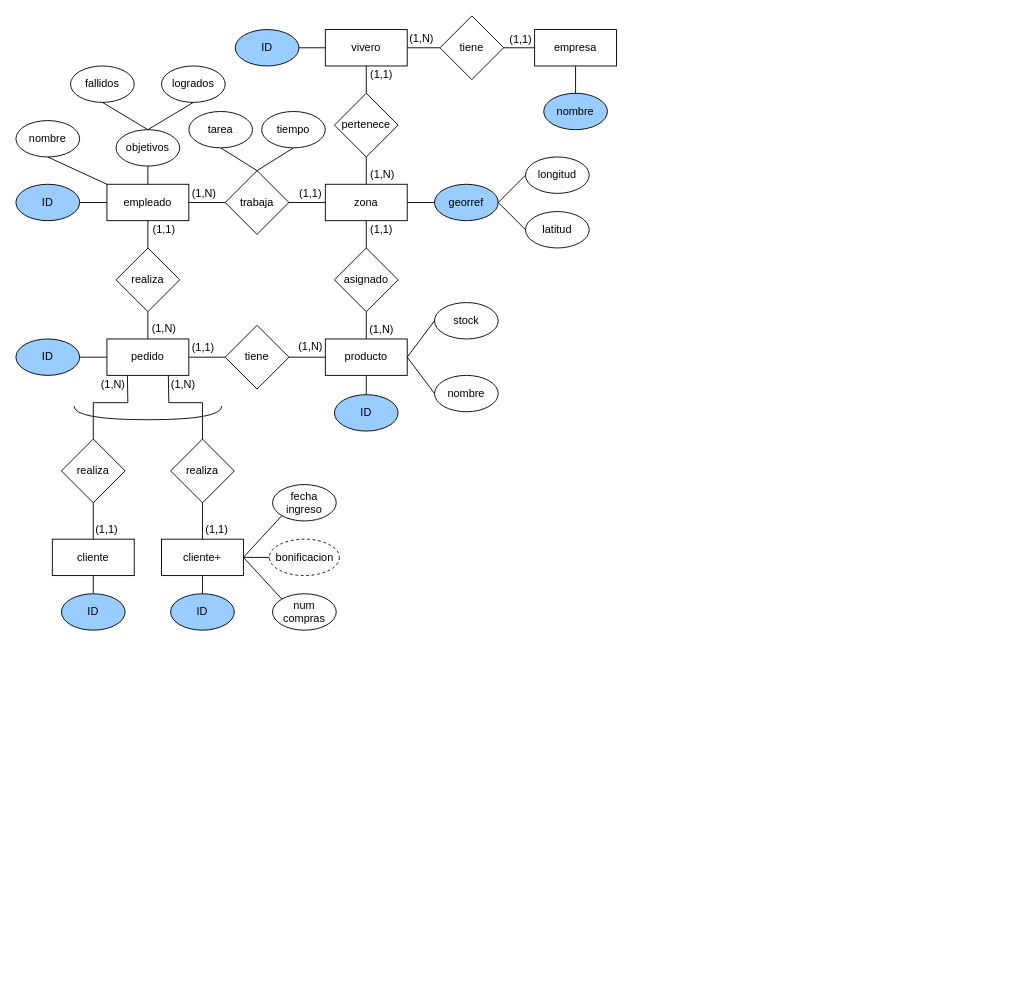
Before: viveros/ModeloE_R Viveros.drawio in Robertpm01/ADBD, a draw.io diagram. Source tidied: cells renumbered, new cells numbered last; positions are measured from the earlier drawing's top-left corner, leaving out a move shared by most shapes. Both pictures are drawn from the tidied source at 91%, with x=0, y=0 at pixel (15, 15).
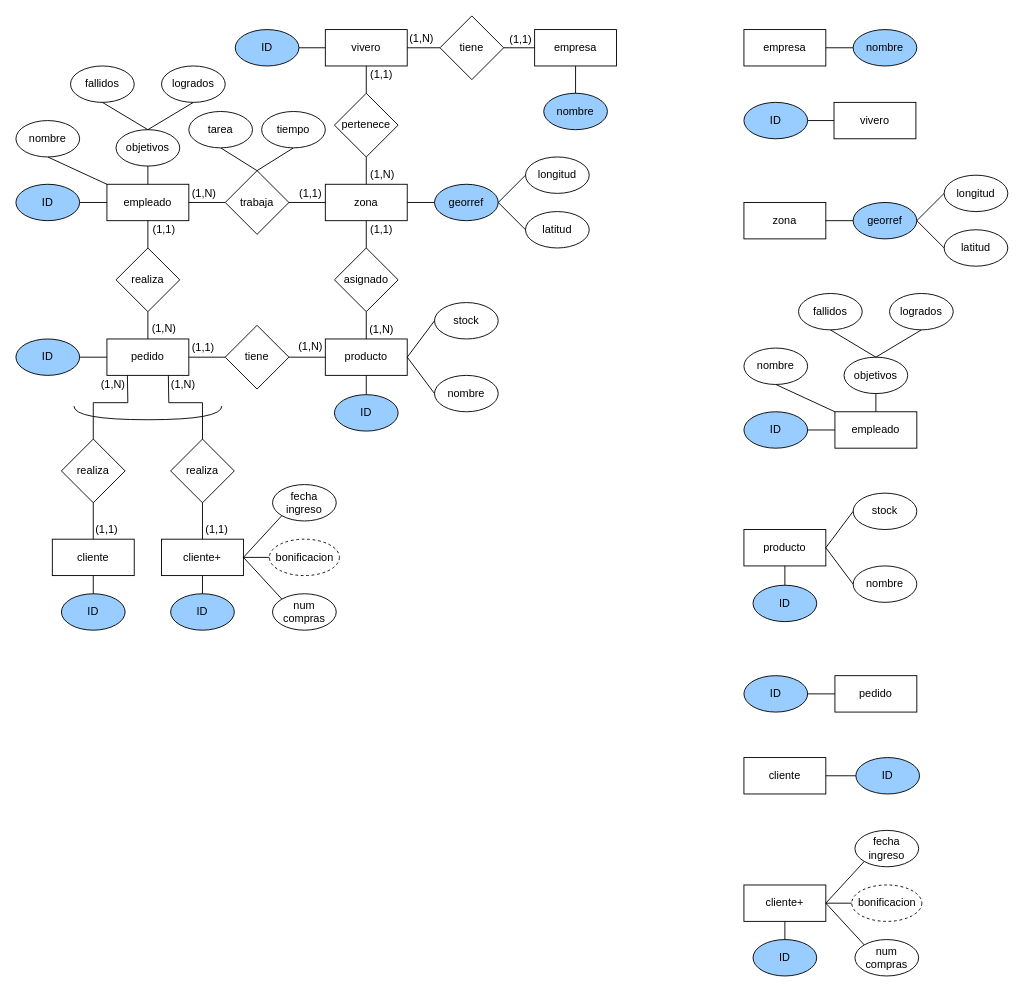
After the change.

The edit, as a diff of the source:
```diff
@@
+    <mxCell id="93" value="empresa" style="rounded=0;whiteSpace=wrap;html=1;" parent="1" vertex="1">
+      <mxGeometry x="800" y="15" width="90" height="40" as="geometry" />
+    </mxCell>
+    <mxCell id="94" value="nombre" style="ellipse;whiteSpace=wrap;html=1;fillColor=#99CCFF;" parent="1" vertex="1">
+      <mxGeometry x="920" y="15" width="70" height="40" as="geometry" />
+    </mxCell>
+    <mxCell id="95" style="endArrow=none;html=1;rounded=0;exitX=1;exitY=0.5;exitDx=0;exitDy=0;entryX=0;entryY=0.5;entryDx=0;entryDy=0;" parent="1" edge="1" source="93" target="94">
+      <mxGeometry relative="1" as="geometry" />
+    </mxCell>
+    <mxCell id="96" value="vivero" style="rounded=0;whiteSpace=wrap;html=1;" parent="1" vertex="1">
+      <mxGeometry x="899" y="95" width="90" height="40" as="geometry" />
+    </mxCell>
+    <mxCell id="97" value="ID" style="ellipse;whiteSpace=wrap;html=1;fillColor=#99CCFF;" parent="1" vertex="1">
+      <mxGeometry x="800" y="95" width="70" height="40" as="geometry" />
+    </mxCell>
+    <mxCell id="98" style="endArrow=none;html=1;rounded=0;entryX=1;entryY=0.5;entryDx=0;entryDy=0;exitX=0;exitY=0.5;exitDx=0;exitDy=0;" parent="1" edge="1" source="96" target="97">
+      <mxGeometry relative="1" as="geometry" />
+    </mxCell>
+    <mxCell id="99" value="zona" style="rounded=0;whiteSpace=wrap;html=1;" parent="1" vertex="1">
+      <mxGeometry x="800" y="205" width="90" height="40" as="geometry" />
+    </mxCell>
+    <mxCell id="100" value="georref" style="ellipse;whiteSpace=wrap;html=1;fillColor=#99CCFF;" parent="1" vertex="1">
+      <mxGeometry x="920" y="205" width="70" height="40" as="geometry" />
+    </mxCell>
+    <mxCell id="101" value="latitud" style="ellipse;whiteSpace=wrap;html=1;" parent="1" vertex="1">
+      <mxGeometry x="1020" y="235" width="70" height="40" as="geometry" />
+    </mxCell>
+    <mxCell id="102" value="longitud" style="ellipse;whiteSpace=wrap;html=1;" parent="1" vertex="1">
+      <mxGeometry x="1020" y="175" width="70" height="40" as="geometry" />
+    </mxCell>
+    <mxCell id="103" style="endArrow=none;html=1;rounded=0;entryX=0;entryY=0.5;entryDx=0;entryDy=0;exitX=1;exitY=0.5;exitDx=0;exitDy=0;" parent="1" edge="1" source="100" target="102">
+      <mxGeometry relative="1" as="geometry" />
+    </mxCell>
+    <mxCell id="104" style="endArrow=none;html=1;rounded=0;exitX=0;exitY=0.5;exitDx=0;exitDy=0;entryX=1;entryY=0.5;entryDx=0;entryDy=0;" parent="1" edge="1" source="101" target="100">
+      <mxGeometry relative="1" as="geometry" />
+    </mxCell>
+    <mxCell id="105" style="endArrow=none;html=1;rounded=0;entryX=1;entryY=0.5;entryDx=0;entryDy=0;exitX=0;exitY=0.5;exitDx=0;exitDy=0;" parent="1" edge="1" source="100" target="99">
+      <mxGeometry relative="1" as="geometry" />
+    </mxCell>
+    <mxCell id="106" value="empleado" style="rounded=0;whiteSpace=wrap;html=1;" parent="1" vertex="1">
+      <mxGeometry x="900" y="435" width="90" height="40" as="geometry" />
+    </mxCell>
+    <mxCell id="107" value="objetivos" style="ellipse;whiteSpace=wrap;html=1;" parent="1" vertex="1">
+      <mxGeometry x="910" y="375" width="70" height="40" as="geometry" />
+    </mxCell>
+    <mxCell id="108" style="endArrow=none;html=1;rounded=0;entryX=0.5;entryY=1;entryDx=0;entryDy=0;exitX=0.5;exitY=0;exitDx=0;exitDy=0;" parent="1" edge="1" source="106" target="107">
+      <mxGeometry relative="1" as="geometry" />
+    </mxCell>
+    <mxCell id="109" value="logrados" style="ellipse;whiteSpace=wrap;html=1;" parent="1" vertex="1">
+      <mxGeometry x="960" y="305" width="70" height="40" as="geometry" />
+    </mxCell>
+    <mxCell id="110" value="fallidos" style="ellipse;whiteSpace=wrap;html=1;" parent="1" vertex="1">
+      <mxGeometry x="860" y="305" width="70" height="40" as="geometry" />
+    </mxCell>
+    <mxCell id="111" style="endArrow=none;html=1;rounded=0;entryX=0.5;entryY=1;entryDx=0;entryDy=0;exitX=0.5;exitY=0;exitDx=0;exitDy=0;" parent="1" edge="1" source="107" target="110">
+      <mxGeometry relative="1" as="geometry" />
+    </mxCell>
+    <mxCell id="112" style="endArrow=none;html=1;rounded=0;exitX=0;exitY=0.5;exitDx=0;exitDy=0;entryX=1;entryY=0.5;entryDx=0;entryDy=0;" parent="1" edge="1" source="106" target="113">
+      <mxGeometry relative="1" as="geometry" />
+    </mxCell>
+    <mxCell id="113" value="ID" style="ellipse;whiteSpace=wrap;html=1;fillColor=#99CCFF;" parent="1" vertex="1">
+      <mxGeometry x="800" y="435" width="70" height="40" as="geometry" />
+    </mxCell>
+    <mxCell id="114" style="endArrow=none;html=1;rounded=0;exitX=0;exitY=0;exitDx=0;exitDy=0;entryX=0.5;entryY=1;entryDx=0;entryDy=0;" parent="1" edge="1" source="106" target="115">
+      <mxGeometry relative="1" as="geometry" />
+    </mxCell>
+    <mxCell id="115" value="nombre" style="ellipse;whiteSpace=wrap;html=1;" parent="1" vertex="1">
+      <mxGeometry x="800" y="365" width="70" height="40" as="geometry" />
+    </mxCell>
+    <mxCell id="116" style="endArrow=none;html=1;rounded=0;entryX=0.5;entryY=1;entryDx=0;entryDy=0;exitX=0.5;exitY=0;exitDx=0;exitDy=0;" parent="1" edge="1" source="107" target="109">
+      <mxGeometry relative="1" as="geometry" />
+    </mxCell>
+    <mxCell id="117" value="producto" style="rounded=0;whiteSpace=wrap;html=1;" parent="1" vertex="1">
+      <mxGeometry x="800" y="564.4" width="90" height="40" as="geometry" />
+    </mxCell>
+    <mxCell id="118" value="stock" style="ellipse;whiteSpace=wrap;html=1;" parent="1" vertex="1">
+      <mxGeometry x="920" y="524.4" width="70" height="40" as="geometry" />
+    </mxCell>
+    <mxCell id="119" style="endArrow=none;html=1;rounded=0;exitX=0;exitY=0.5;exitDx=0;exitDy=0;entryX=1;entryY=0.5;entryDx=0;entryDy=0;" parent="1" edge="1" source="118" target="117">
+      <mxGeometry relative="1" as="geometry" />
+    </mxCell>
+    <mxCell id="120" value="ID" style="ellipse;whiteSpace=wrap;html=1;fillColor=#99CCFF;" parent="1" vertex="1">
+      <mxGeometry x="810" y="625.6" width="70" height="40" as="geometry" />
+    </mxCell>
+    <mxCell id="121" style="endArrow=none;html=1;rounded=0;exitX=0.5;exitY=0;exitDx=0;exitDy=0;entryX=0.5;entryY=1;entryDx=0;entryDy=0;" parent="1" edge="1" source="120" target="117">
+      <mxGeometry relative="1" as="geometry" />
+    </mxCell>
+    <mxCell id="122" value="nombre" style="ellipse;whiteSpace=wrap;html=1;" parent="1" vertex="1">
+      <mxGeometry x="920" y="604.4" width="70" height="40" as="geometry" />
+    </mxCell>
+    <mxCell id="123" style="endArrow=none;html=1;rounded=0;exitX=0;exitY=0.5;exitDx=0;exitDy=0;entryX=1;entryY=0.5;entryDx=0;entryDy=0;" parent="1" edge="1" source="122" target="117">
+      <mxGeometry relative="1" as="geometry" />
+    </mxCell>
+    <mxCell id="124" value="pedido" style="rounded=0;whiteSpace=wrap;html=1;" parent="1" vertex="1">
+      <mxGeometry x="900" y="725" width="90" height="40" as="geometry" />
+    </mxCell>
+    <mxCell id="125" value="ID" style="ellipse;whiteSpace=wrap;html=1;fillColor=#99CCFF;" parent="1" vertex="1">
+      <mxGeometry x="800" y="725" width="70" height="40" as="geometry" />
+    </mxCell>
+    <mxCell id="126" style="endArrow=none;html=1;rounded=0;exitX=0;exitY=0.5;exitDx=0;exitDy=0;entryX=1;entryY=0.5;entryDx=0;entryDy=0;" parent="1" edge="1" source="124" target="125">
+      <mxGeometry relative="1" as="geometry" />
+    </mxCell>
+    <mxCell id="127" value="&lt;div&gt;cliente&lt;/div&gt;" style="rounded=0;whiteSpace=wrap;html=1;" parent="1" vertex="1">
+      <mxGeometry x="800" y="815" width="90" height="40" as="geometry" />
+    </mxCell>
+    <mxCell id="128" value="ID" style="ellipse;whiteSpace=wrap;html=1;fillColor=#99CCFF;" parent="1" vertex="1">
+      <mxGeometry x="923" y="815" width="70" height="40" as="geometry" />
+    </mxCell>
+    <mxCell id="129" style="endArrow=none;html=1;rounded=0;exitX=0;exitY=0.5;exitDx=0;exitDy=0;entryX=1;entryY=0.5;entryDx=0;entryDy=0;" parent="1" edge="1" source="128" target="127">
+      <mxGeometry relative="1" as="geometry" />
+    </mxCell>
+    <mxCell id="130" value="cliente+" style="rounded=0;whiteSpace=wrap;html=1;" parent="1" vertex="1">
+      <mxGeometry x="800" y="955" width="90" height="40" as="geometry" />
+    </mxCell>
+    <mxCell id="131" value="fecha ingreso" style="ellipse;whiteSpace=wrap;html=1;" parent="1" vertex="1">
+      <mxGeometry x="922" y="895" width="70" height="40" as="geometry" />
+    </mxCell>
+    <mxCell id="132" value="bonificacion" style="ellipse;whiteSpace=wrap;html=1;align=center;dashed=1;" parent="1" vertex="1">
+      <mxGeometry x="918.5" y="955" width="77" height="40" as="geometry" />
+    </mxCell>
+    <mxCell id="133" value="num compras" style="ellipse;whiteSpace=wrap;html=1;" parent="1" vertex="1">
+      <mxGeometry x="922" y="1015" width="70" height="40" as="geometry" />
+    </mxCell>
+    <mxCell id="134" style="endArrow=none;html=1;rounded=0;exitX=1;exitY=0.5;exitDx=0;exitDy=0;entryX=0;entryY=0;entryDx=0;entryDy=0;" parent="1" edge="1" source="130" target="133">
+      <mxGeometry relative="1" as="geometry" />
+    </mxCell>
+    <mxCell id="135" style="endArrow=none;html=1;rounded=0;exitX=1;exitY=0.5;exitDx=0;exitDy=0;entryX=0;entryY=0.5;entryDx=0;entryDy=0;" parent="1" edge="1" source="130" target="132">
+      <mxGeometry relative="1" as="geometry" />
+    </mxCell>
+    <mxCell id="136" style="endArrow=none;html=1;rounded=0;exitX=1;exitY=0.5;exitDx=0;exitDy=0;entryX=0;entryY=1;entryDx=0;entryDy=0;" parent="1" edge="1" source="130" target="131">
+      <mxGeometry relative="1" as="geometry" />
+    </mxCell>
+    <mxCell id="137" value="ID" style="ellipse;whiteSpace=wrap;html=1;fillColor=#99CCFF;" parent="1" vertex="1">
+      <mxGeometry x="810" y="1015" width="70" height="40" as="geometry" />
+    </mxCell>
+    <mxCell id="138" style="endArrow=none;html=1;rounded=0;exitX=0.5;exitY=0;exitDx=0;exitDy=0;entryX=0.5;entryY=1;entryDx=0;entryDy=0;" parent="1" edge="1" source="137" target="130">
+      <mxGeometry relative="1" as="geometry" />
+    </mxCell>
```
